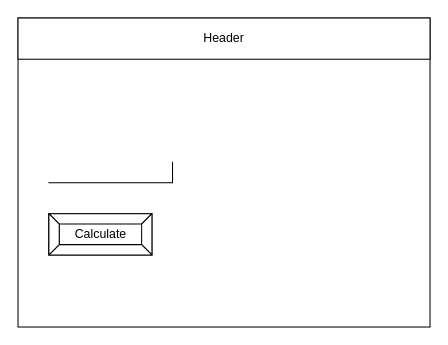
Above: design/story-board.drawio in Ali-Mugamai/ICS20-5-01-JS (draw.io), before the change. Source tidied: cells renumbered, new cells numbered last; positions are measured from the earlier drawing's top-left corner, leaving out a move shared by most shapes. Both pictures are drawn from the tidied source at 103%, with x=0, y=0 at pixel (18, 18).
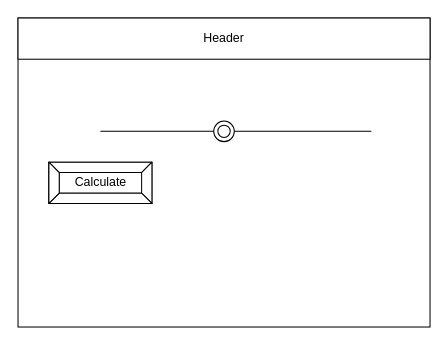
The same diagram, later.

Change to the diagram source:
```diff
@@
 <mxGraphModel>
   <root>
     <mxCell id="0" />
     <mxCell id="1" parent="0" />
     <mxCell id="2" style="rounded=0;whiteSpace=wrap;html=1;" parent="1" vertex="1">
       <mxGeometry width="400" height="300" as="geometry" />
     </mxCell>
     <mxCell id="3" value="Header" style="rounded=0;whiteSpace=wrap;html=1;" parent="1" vertex="1">
       <mxGeometry width="400" height="40" as="geometry" />
     </mxCell>
-    <mxCell id="4" style="shape=partialRectangle;whiteSpace=wrap;html=1;top=0;left=0;fillColor=none;" parent="1" vertex="1">
-      <mxGeometry x="30" y="140" width="120" height="20" as="geometry" />
-    </mxCell>
     <mxCell id="5" value="Calculate" style="labelPosition=center;verticalLabelPosition=middle;align=center;html=1;shape=mxgraph.basic.button;dx=10;" parent="1" vertex="1">
-      <mxGeometry x="30" y="190" width="100" height="40" as="geometry" />
+      <mxGeometry x="30" y="140" width="100" height="40" as="geometry" />
     </mxCell>
+    <mxCell id="6" style="endArrow=none;html=1;startArrow=none;" parent="1" edge="1" source="7">
+      <mxGeometry relative="1" as="geometry">
+        <mxPoint x="343" y="110" as="targetPoint" />
+      </mxGeometry>
+    </mxCell>
+    <mxCell id="7" style="ellipse;shape=doubleEllipse;whiteSpace=wrap;html=1;" parent="1" vertex="1">
+      <mxGeometry x="190" y="100" width="20" height="20" as="geometry" />
+    </mxCell>
+    <mxCell id="8" style="endArrow=none;html=1;" parent="1" edge="1" target="7">
+      <mxGeometry relative="1" as="geometry">
+        <mxPoint x="80" y="110" as="sourcePoint" />
+      </mxGeometry>
+    </mxCell>
   </root>
 </mxGraphModel>
```
